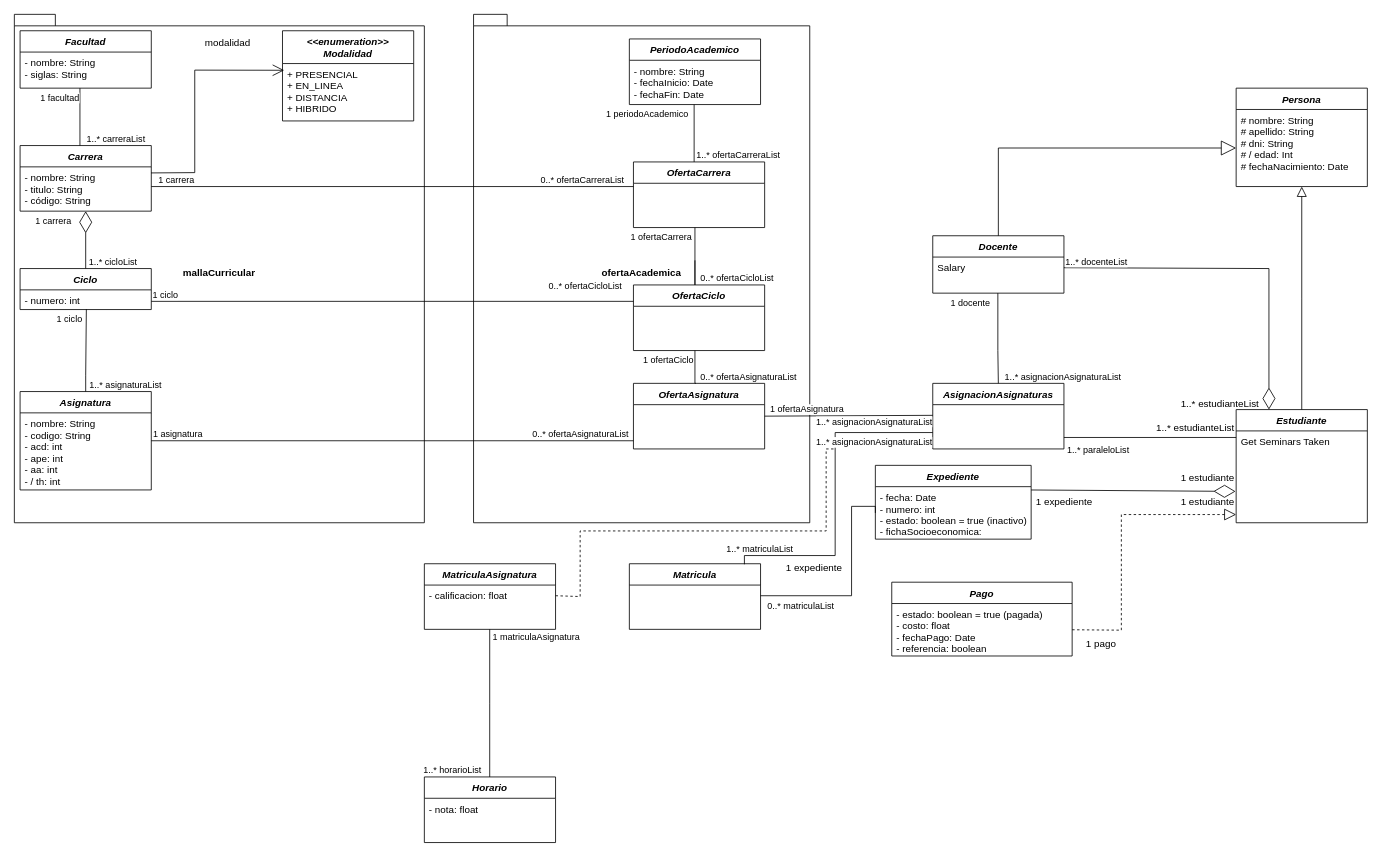
The draw.io diagram TutionDiagram.drawio in GabrielCevallos/TuitionDiagram, before the edit. Source tidied: cells renumbered, new cells numbered last; positions are measured from the earlier drawing's top-left corner, leaving out a move shared by most shapes. Both pictures are drawn from the tidied source at 82%, with x=0, y=0 at pixel (14, 14).
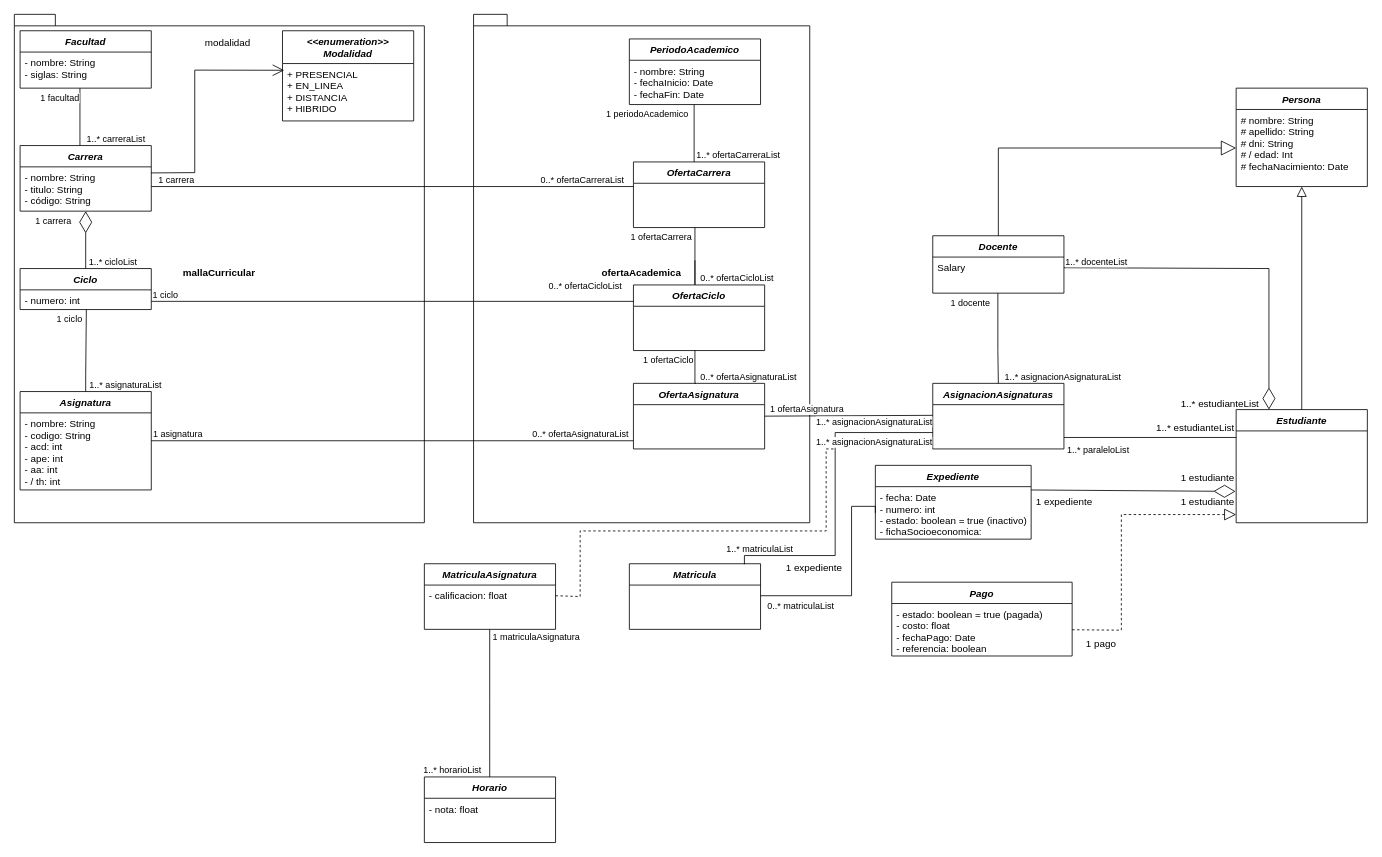
The same diagram, later.

Unchanged cells that the change refers to:
```xml
<mxCell id="5" value="Estudiante" style="swimlane;fontStyle=3;align=center;verticalAlign=top;horizontal=1;startSize=26;rounded=0;shadow=0;strokeWidth=1;" parent="1" vertex="1">
  <mxGeometry x="1490" y="482" width="160" height="138" as="geometry" />
</mxCell>
```

What changed in the source:
```diff
@@
-    <mxCell id="6" value="Get Seminars Taken" style="text;align=left;verticalAlign=top;spacingLeft=4;spacingRight=4;overflow=hidden;" parent="5" vertex="1">
-      <mxGeometry y="26" width="160" height="26" as="geometry" />
-    </mxCell>
```
